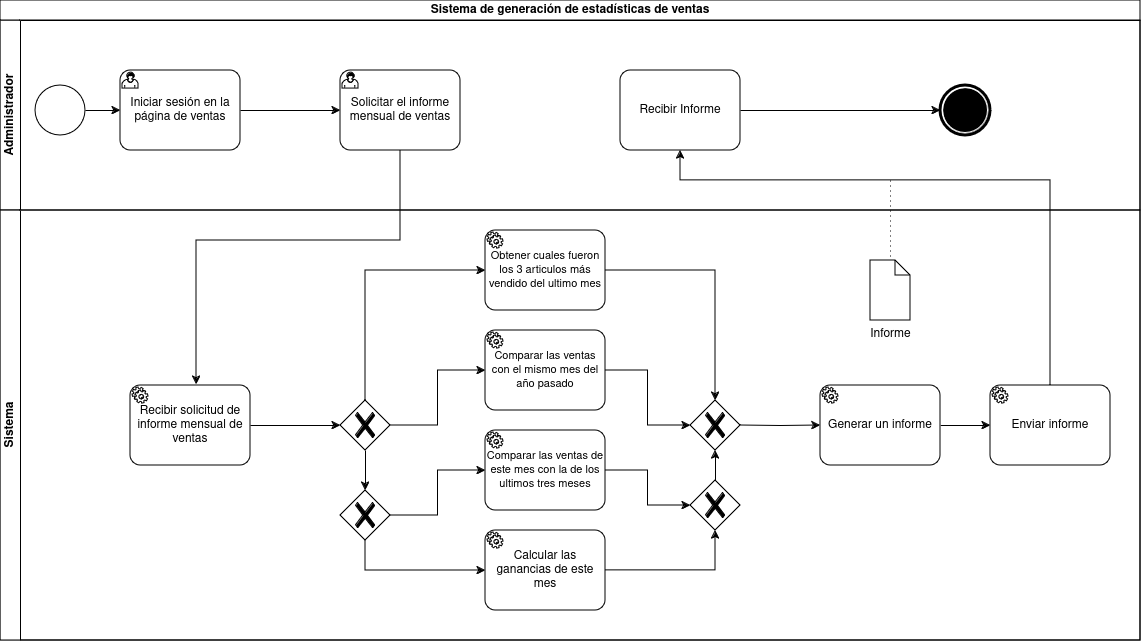
Above: assets/DiagramaGeneracionEstadisticasAutomatizado.drawio.png in gis-ir/IR2425-G1-17 (draw.io), before the change. Source tidied: cells renumbered, new cells last; positions are measured from the earlier drawing's top-left corner, leaving out a move shared by most shapes.
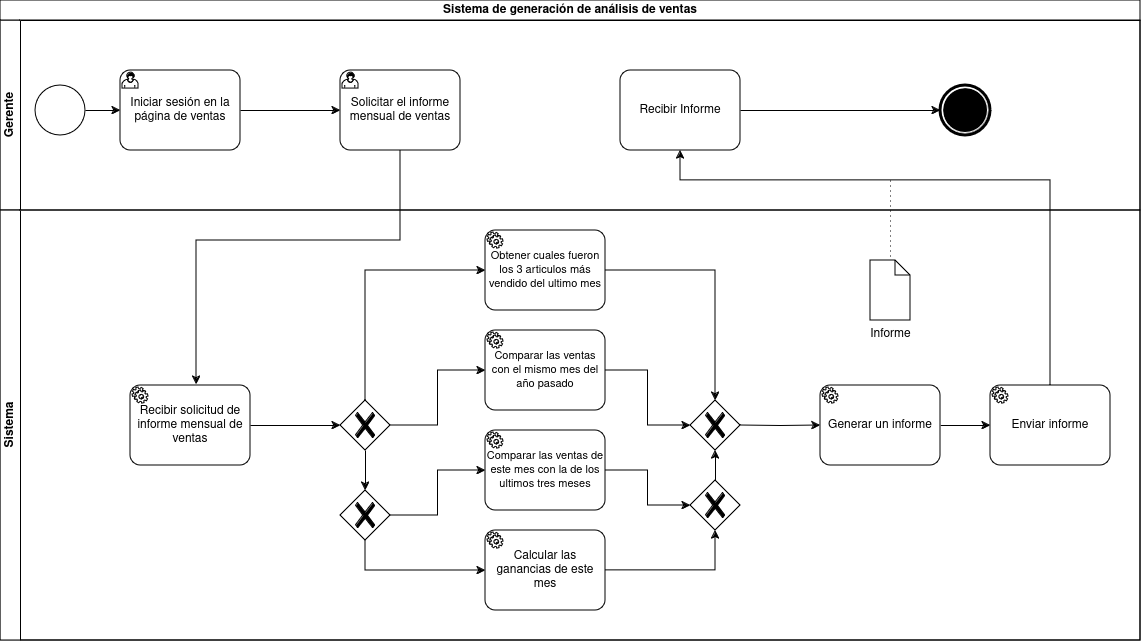
The same diagram one commit later.

Change to the diagram source:
```diff
@@ -2,10 +2,10 @@
   <root>
     <mxCell id="0" />
     <mxCell id="1" parent="0" />
-    <mxCell id="2" value="Sistema de generación de estadísticas de ventas" style="swimlane;html=1;horizontal=1;startSize=20;whiteSpace=wrap;" parent="1" vertex="1">
+    <mxCell id="2" value="Sistema de generación de análisis de ventas" style="swimlane;html=1;horizontal=1;startSize=20;whiteSpace=wrap;" parent="1" vertex="1">
       <mxGeometry width="1140" height="640" as="geometry" />
     </mxCell>
-    <mxCell id="3" value="Administrador" style="swimlane;html=1;startSize=20;horizontal=0;" parent="2" vertex="1">
+    <mxCell id="3" value="Gerente" style="swimlane;html=1;startSize=20;horizontal=0;" parent="2" vertex="1">
       <mxGeometry y="20" width="1140" height="190" as="geometry" />
     </mxCell>
     <mxCell id="4" style="edgeStyle=orthogonalEdgeStyle;rounded=0;jettySize=auto;html=1;exitX=1;exitY=0.5;exitDx=0;exitDy=0;exitPerimeter=0;" parent="3" edge="1" source="5">
```
